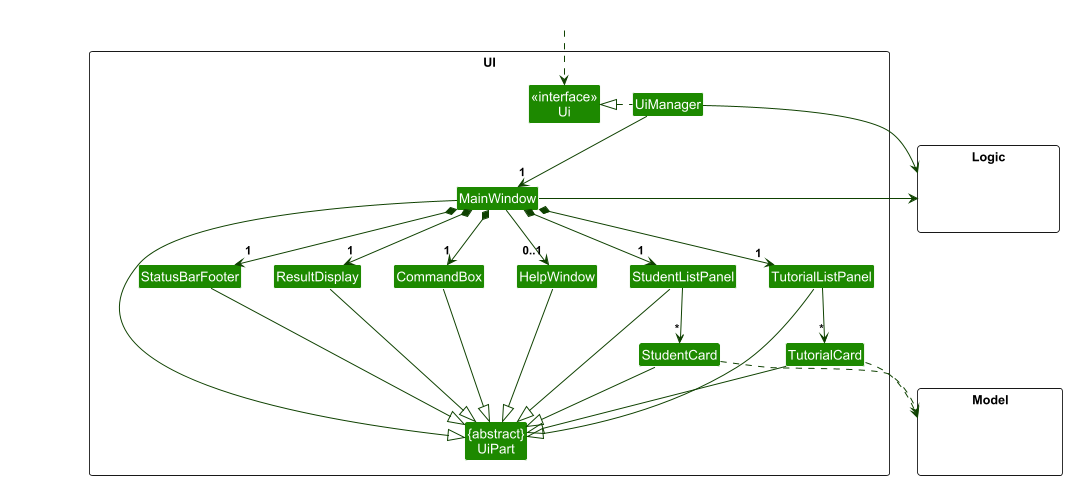
Earlier version of the PlantUML export docs/images/UiClassDiagram.png (WhyAre/tp). Source of this version:
```plantuml
@startuml
!include style.puml
skinparam arrowThickness 1.1
skinparam arrowColor UI_COLOR_T4
skinparam classBackgroundColor UI_COLOR

package UI <<Rectangle>>{
Class "<<interface>>\nUi" as Ui
Class "{abstract}\nUiPart" as UiPart
Class UiManager
Class MainWindow
Class HelpWindow
Class ResultDisplay
Class StudentListPanel
Class StudentCard
Class TutorialListPanel
Class TutorialCard
Class StatusBarFooter
Class CommandBox
}

package Model <<Rectangle>> {
Class HiddenModel #FFFFFF
}

package Logic <<Rectangle>> {
Class HiddenLogic #FFFFFF
}

Class HiddenOutside #FFFFFF
HiddenOutside ..> Ui

UiManager .left.|> Ui
UiManager -down-> "1" MainWindow
MainWindow *-down->  "1" CommandBox
MainWindow *-down-> "1" ResultDisplay
MainWindow *-down-> "1" StudentListPanel
MainWindow *-down-> "1" TutorialListPanel
MainWindow *-down-> "1" StatusBarFooter
MainWindow --> "0..1" HelpWindow

StudentListPanel -down-> "*" StudentCard
TutorialListPanel -down-> "*" TutorialCard

MainWindow -left-|> UiPart

ResultDisplay --|> UiPart
CommandBox --|> UiPart
StudentListPanel --|> UiPart
TutorialListPanel --|> UiPart
StudentCard --|> UiPart
TutorialCard --|> UiPart
StatusBarFooter --|> UiPart
HelpWindow --|> UiPart

StudentCard ..> Model
TutorialCard ..> Model
UiManager -right-> Logic
MainWindow -left-> Logic

TutorialListPanel -[hidden]left- StudentListPanel
StudentListPanel -[hidden]left- HelpWindow
HelpWindow -[hidden]left- CommandBox
CommandBox -[hidden]left- ResultDisplay
ResultDisplay -[hidden]left- StatusBarFooter

MainWindow -[hidden]-|> UiPart
@enduml
```
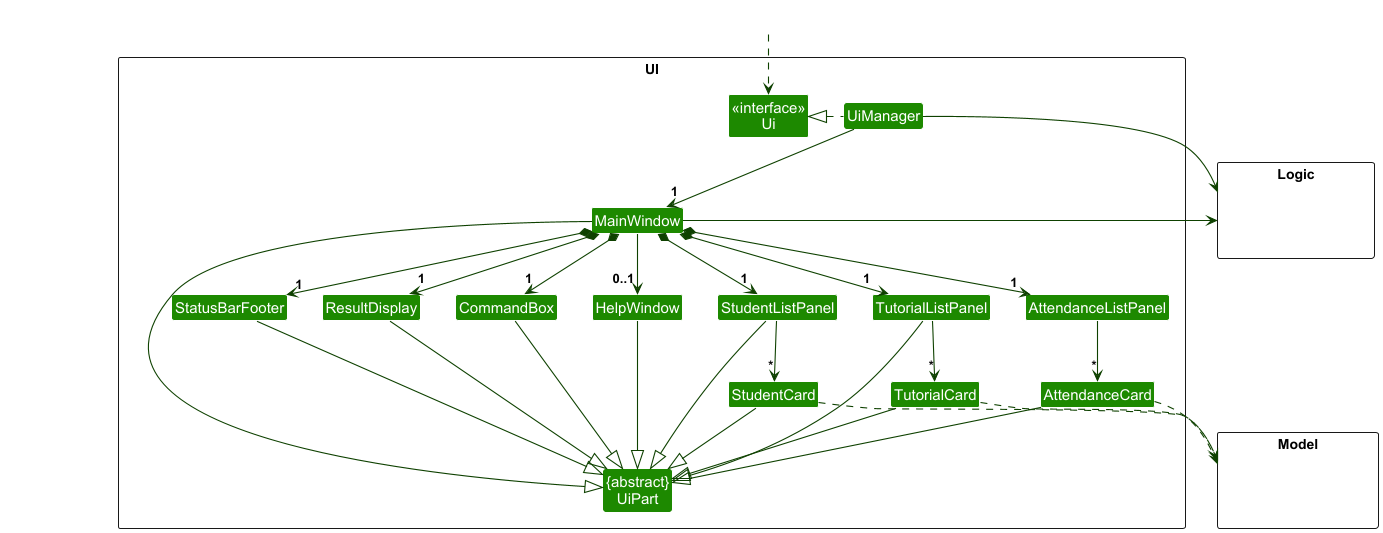
The same diagram one commit later.

Change to the diagram source:
```diff
@@ -15,6 +15,8 @@
 Class StudentCard
 Class TutorialListPanel
 Class TutorialCard
+Class AttendanceListPanel
+Class AttendanceCard
 Class StatusBarFooter
 Class CommandBox
 }
@@ -36,11 +38,13 @@
 MainWindow *-down-> "1" ResultDisplay
 MainWindow *-down-> "1" StudentListPanel
 MainWindow *-down-> "1" TutorialListPanel
+MainWindow *-down-> "1" AttendanceListPanel
 MainWindow *-down-> "1" StatusBarFooter
 MainWindow --> "0..1" HelpWindow
 
 StudentListPanel -down-> "*" StudentCard
 TutorialListPanel -down-> "*" TutorialCard
+AttendanceListPanel -down-> "*" AttendanceCard
 
 MainWindow -left-|> UiPart
 
@@ -50,16 +54,19 @@
 TutorialListPanel --|> UiPart
 StudentCard --|> UiPart
 TutorialCard --|> UiPart
+AttendanceCard --|> UiPart
 StatusBarFooter --|> UiPart
 HelpWindow --|> UiPart
 
 StudentCard ..> Model
 TutorialCard ..> Model
+AttendanceCard ..> Model
 UiManager -right-> Logic
 MainWindow -left-> Logic
 
 TutorialListPanel -[hidden]left- StudentListPanel
 StudentListPanel -[hidden]left- HelpWindow
+AttendanceListPanel -[hidden]left- TutorialListPanel
 HelpWindow -[hidden]left- CommandBox
 CommandBox -[hidden]left- ResultDisplay
 ResultDisplay -[hidden]left- StatusBarFooter
```
